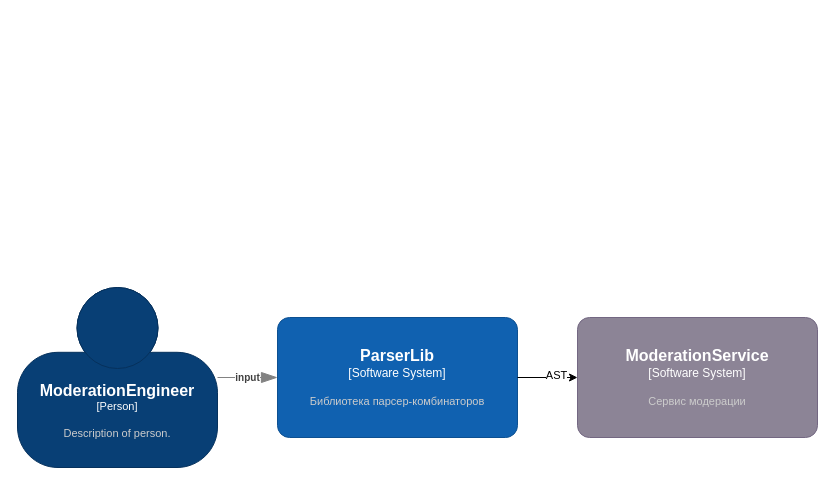
Above: page "01-context" (1 of 4) of oopJava/assignments/lambda-parser/src/main/resources/c4_diagram.drawio in Nokhrin/silly_bus (draw.io), before the change. Source tidied: cells renumbered, new cells numbered last; positions are measured from the earlier drawing's top-left corner, leaving out a move shared by most shapes. Both pictures are drawn from the tidied source at 100%, with x=0, y=0 at pixel (17, 287).
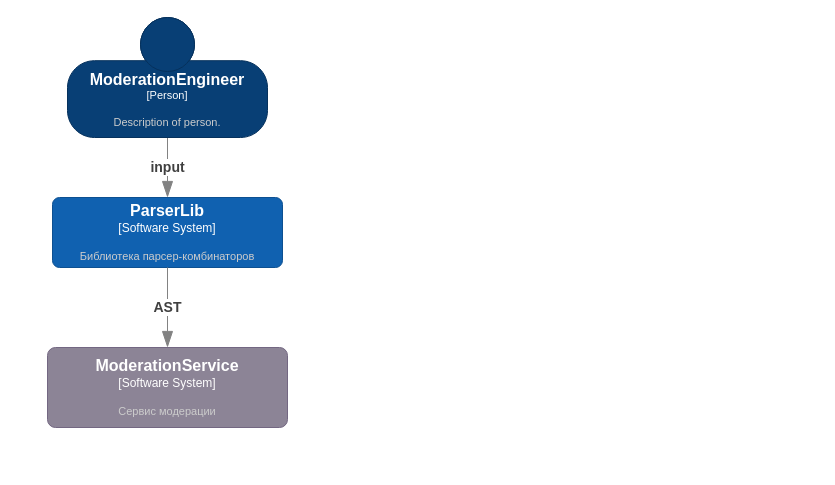
Above is the later version.

Diff of the diagram source:
```diff
@@
 <mxGraphModel>
   <root>
     <mxCell id="0" />
     <mxCell id="1" parent="0" />
     <object id="2" label="&lt;font style=&quot;font-size: 16px&quot;&gt;&lt;b&gt;%c4Name%&lt;/b&gt;&lt;/font&gt;&lt;div&gt;[%c4Type%]&lt;/div&gt;&lt;br&gt;&lt;div&gt;&lt;font style=&quot;font-size: 11px&quot;&gt;&lt;font color=&quot;#cccccc&quot;&gt;%c4Description%&lt;/font&gt;&lt;/div&gt;" c4Description="Библиотека парсер-комбинаторов" c4Name="ParserLib" c4Type="Software System" placeholders="1">
       <mxCell style="rounded=1;whiteSpace=wrap;html=1;labelBackgroundColor=none;fillColor=#1061B0;fontColor=#ffffff;align=center;arcSize=10;strokeColor=#0D5091;points=[[0.25,0,0],[0.5,0,0],[0.75,0,0],[1,0.25,0],[1,0.5,0],[1,0.75,0],[0.75,1,0],[0.5,1,0],[0.25,1,0],[0,0.75,0],[0,0.5,0],[0,0.25,0]];" parent="1" vertex="1">
-        <mxGeometry x="260" y="30" width="240" height="120" as="geometry" />
+        <mxGeometry x="35" y="-90" width="230" height="70" as="geometry" />
       </mxCell>
     </object>
     <object id="3" label="&lt;font style=&quot;font-size: 16px&quot;&gt;&lt;b&gt;%c4Name%&lt;/b&gt;&lt;/font&gt;&lt;div&gt;[%c4Type%]&lt;/div&gt;&lt;br&gt;&lt;div&gt;&lt;font style=&quot;font-size: 11px&quot;&gt;&lt;font color=&quot;#cccccc&quot;&gt;%c4Description%&lt;/font&gt;&lt;/div&gt;" c4Description="Сервис модерации" c4Name="ModerationService" c4Type="Software System" placeholders="1">
       <mxCell style="rounded=1;whiteSpace=wrap;html=1;labelBackgroundColor=none;fillColor=#8C8496;fontColor=#ffffff;align=center;arcSize=10;strokeColor=#736782;points=[[0.25,0,0],[0.5,0,0],[0.75,0,0],[1,0.25,0],[1,0.5,0],[1,0.75,0],[0.75,1,0],[0.5,1,0],[0.25,1,0],[0,0.75,0],[0,0.5,0],[0,0.25,0]];" parent="1" vertex="1">
-        <mxGeometry x="560" y="30" width="240" height="120" as="geometry" />
+        <mxGeometry x="30" y="60" width="240" height="80" as="geometry" />
       </mxCell>
     </object>
-    <object id="4" label="&lt;div style=&quot;text-align: left&quot;&gt;&lt;div style=&quot;text-align: center&quot;&gt;&lt;b&gt;%c4Description%&lt;/b&gt;&lt;/div&gt;" c4Description="input" placeholders="1">
-      <mxCell style="endArrow=blockThin;html=1;fontSize=10;fontColor=#404040;strokeWidth=1;endFill=1;strokeColor=#828282;elbow=vertical;endSize=14;startSize=14;jumpStyle=arc;jumpSize=16;rounded=0;edgeStyle=orthogonalEdgeStyle;entryX=0;entryY=0.5;entryDx=0;entryDy=0;entryPerimeter=0;" parent="1" edge="1" source="5" target="2">
+    <object id="4" label="&lt;div style=&quot;text-align: left&quot;&gt;&lt;div style=&quot;text-align: center&quot;&gt;&lt;b&gt;%c4Description%&lt;/b&gt;&lt;/div&gt;&lt;/div&gt;" c4Description="input" placeholders="1">
+      <mxCell style="endArrow=blockThin;html=1;fontSize=14;fontColor=#404040;strokeWidth=1;endFill=1;strokeColor=#828282;elbow=vertical;endSize=14;startSize=14;jumpStyle=arc;jumpSize=16;rounded=0;edgeStyle=orthogonalEdgeStyle;entryX=0.5;entryY=0;entryDx=0;entryDy=0;entryPerimeter=0;" parent="1" edge="1" source="5" target="2">
         <mxGeometry relative="1" as="geometry" />
       </mxCell>
     </object>
     <object id="5" label="&lt;font style=&quot;font-size: 16px&quot;&gt;&lt;b&gt;%c4Name%&lt;/b&gt;&lt;/font&gt;&lt;div&gt;[%c4Type%]&lt;/div&gt;&lt;br&gt;&lt;div&gt;&lt;font style=&quot;font-size: 11px&quot;&gt;&lt;font color=&quot;#cccccc&quot;&gt;%c4Description%&lt;/font&gt;&lt;/div&gt;" c4Description="Description of person." c4Name="ModerationEngineer" c4Type="Person" placeholders="1">
       <mxCell style="html=1;fontSize=11;dashed=0;whiteSpace=wrap;fillColor=#083F75;strokeColor=#06315C;fontColor=#ffffff;shape=mxgraph.c4.person2;align=center;points=[[0.5,0,0],[1,0.5,0],[1,0.75,0],[0.75,1,0],[0.5,1,0],[0.25,1,0],[0,0.75,0],[0,0.5,0]];" parent="1" vertex="1">
-        <mxGeometry width="200" height="180" as="geometry" />
+        <mxGeometry x="50" y="-270" width="200" height="120" as="geometry" />
       </mxCell>
     </object>
-    <mxCell id="6" style="edgeStyle=orthogonalEdgeStyle;rounded=0;jettySize=auto;html=1;exitX=1;exitY=0.5;exitDx=0;exitDy=0;exitPerimeter=0;entryX=0;entryY=0.5;entryDx=0;entryDy=0;entryPerimeter=0;" parent="1" edge="1" source="2" target="3">
-      <mxGeometry relative="1" as="geometry" />
-    </mxCell>
-    <mxCell id="7" value="AST" style="edgeLabel;html=1;align=center;verticalAlign=middle;" parent="6" vertex="1">
-      <mxGeometry x="0.26" y="3" relative="1" as="geometry" />
-    </mxCell>
+    <object id="7" label="&lt;div style=&quot;text-align: left&quot;&gt;&lt;div style=&quot;text-align: center&quot;&gt;&lt;b&gt;%c4Description%&lt;/b&gt;&lt;/div&gt;&lt;/div&gt;" c4Description="AST" placeholders="1">
+      <mxCell style="endArrow=blockThin;html=1;fontSize=14;fontColor=#404040;strokeWidth=1;endFill=1;strokeColor=#828282;elbow=vertical;endSize=14;startSize=14;jumpStyle=arc;jumpSize=16;rounded=0;edgeStyle=orthogonalEdgeStyle;entryX=0.5;entryY=0;entryDx=0;entryDy=0;entryPerimeter=0;exitX=0.5;exitY=1;exitDx=0;exitDy=0;exitPerimeter=0;" parent="1" edge="1" source="2" target="3">
+        <mxGeometry relative="1" as="geometry" />
+      </mxCell>
+    </object>
   </root>
 </mxGraphModel>
```
